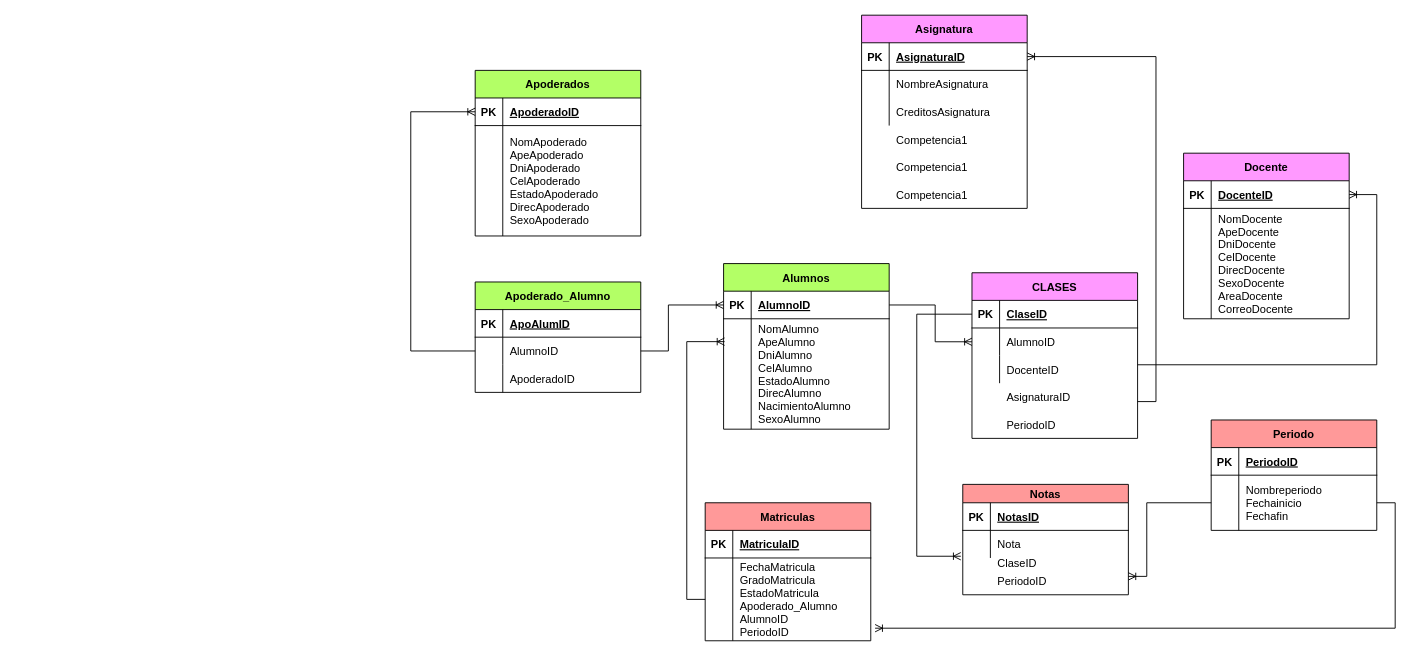
Earlier version of the draw.io diagram ColegioDB.drawio (LiannMelanny/DATABASE-DIAGRAM). Source tidied: cells renumbered, new cells numbered last; positions are measured from the earlier drawing's top-left corner, leaving out a move shared by most shapes. Both pictures are drawn from the tidied source at 92%, with x=0, y=0 at pixel (410, 15).
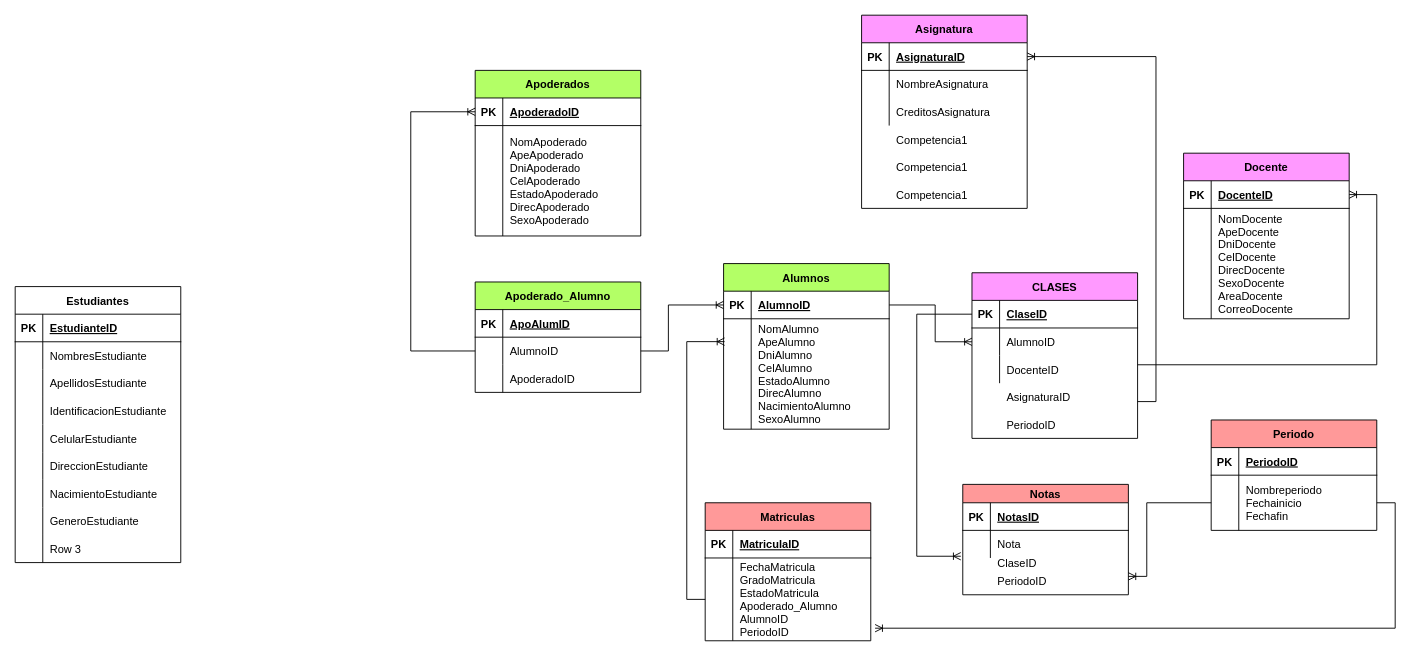
Above is the later version.

Diff of the diagram source:
```diff
@@
+    <mxCell id="91" value="Estudiantes" style="shape=table;startSize=30;childLayout=tableLayout;rowLines=0;fontStyle=1;align=center;" parent="1" vertex="1">
+      <mxGeometry x="-430" y="295" width="180" height="300" as="geometry" />
+    </mxCell>
+    <mxCell id="92" style="shape=tableRow;horizontal=0;startSize=0;swimlaneHead=0;swimlaneBody=0;fillColor=none;top=0;left=0;right=0;bottom=1;" parent="91" vertex="1">
+      <mxGeometry y="30" width="180" height="30" as="geometry" />
+    </mxCell>
+    <mxCell id="93" value="PK" style="shape=partialRectangle;fillColor=none;top=0;left=0;bottom=0;right=0;fontStyle=1;overflow=hidden;" parent="92" vertex="1">
+      <mxGeometry width="30" height="30" as="geometry" />
+    </mxCell>
+    <mxCell id="94" value="EstudianteID" style="shape=partialRectangle;fillColor=none;top=0;left=0;bottom=0;right=0;align=left;spacingLeft=6;fontStyle=5;overflow=hidden;" parent="92" vertex="1">
+      <mxGeometry x="30" width="150" height="30" as="geometry" />
+    </mxCell>
+    <mxCell id="95" style="shape=tableRow;horizontal=0;startSize=0;swimlaneHead=0;swimlaneBody=0;fillColor=none;top=0;left=0;right=0;bottom=0;" parent="91" vertex="1">
+      <mxGeometry y="60" width="180" height="30" as="geometry" />
+    </mxCell>
+    <mxCell id="96" style="shape=partialRectangle;fillColor=none;top=0;left=0;bottom=0;right=0;overflow=hidden;" parent="95" vertex="1">
+      <mxGeometry width="30" height="30" as="geometry" />
+    </mxCell>
+    <mxCell id="97" value="NombresEstudiante" style="shape=partialRectangle;fillColor=none;top=0;left=0;bottom=0;right=0;align=left;spacingLeft=6;overflow=hidden;" parent="95" vertex="1">
+      <mxGeometry x="30" width="150" height="30" as="geometry" />
+    </mxCell>
+    <mxCell id="98" style="shape=tableRow;horizontal=0;startSize=0;swimlaneHead=0;swimlaneBody=0;fillColor=none;top=0;left=0;right=0;bottom=0;" parent="91" vertex="1">
+      <mxGeometry y="90" width="180" height="30" as="geometry" />
+    </mxCell>
+    <mxCell id="99" style="shape=partialRectangle;fillColor=none;top=0;left=0;bottom=0;right=0;overflow=hidden;" parent="98" vertex="1">
+      <mxGeometry width="30" height="30" as="geometry" />
+    </mxCell>
+    <mxCell id="100" value="ApellidosEstudiante" style="shape=partialRectangle;fillColor=none;top=0;left=0;bottom=0;right=0;align=left;spacingLeft=6;overflow=hidden;" parent="98" vertex="1">
+      <mxGeometry x="30" width="150" height="30" as="geometry" />
+    </mxCell>
+    <mxCell id="101" style="shape=tableRow;horizontal=0;startSize=0;swimlaneHead=0;swimlaneBody=0;fillColor=none;top=0;left=0;right=0;bottom=0;" parent="91" vertex="1">
+      <mxGeometry y="120" width="180" height="30" as="geometry" />
+    </mxCell>
+    <mxCell id="102" style="shape=partialRectangle;fillColor=none;top=0;left=0;bottom=0;right=0;overflow=hidden;" parent="101" vertex="1">
+      <mxGeometry width="30" height="30" as="geometry" />
+    </mxCell>
+    <mxCell id="103" value="IdentificacionEstudiante" style="shape=partialRectangle;fillColor=none;top=0;left=0;bottom=0;right=0;align=left;spacingLeft=6;overflow=hidden;" parent="101" vertex="1">
+      <mxGeometry x="30" width="150" height="30" as="geometry" />
+    </mxCell>
+    <mxCell id="104" style="shape=tableRow;horizontal=0;startSize=0;swimlaneHead=0;swimlaneBody=0;fillColor=none;top=0;left=0;right=0;bottom=0;" parent="91" vertex="1">
+      <mxGeometry y="150" width="180" height="30" as="geometry" />
+    </mxCell>
+    <mxCell id="105" style="shape=partialRectangle;fillColor=none;top=0;left=0;bottom=0;right=0;overflow=hidden;" parent="104" vertex="1">
+      <mxGeometry width="30" height="30" as="geometry" />
+    </mxCell>
+    <mxCell id="106" value="CelularEstudiante" style="shape=partialRectangle;fillColor=none;top=0;left=0;bottom=0;right=0;align=left;spacingLeft=6;overflow=hidden;" parent="104" vertex="1">
+      <mxGeometry x="30" width="150" height="30" as="geometry" />
+    </mxCell>
+    <mxCell id="107" style="shape=tableRow;horizontal=0;startSize=0;swimlaneHead=0;swimlaneBody=0;fillColor=none;top=0;left=0;right=0;bottom=0;" parent="91" vertex="1">
+      <mxGeometry y="180" width="180" height="30" as="geometry" />
+    </mxCell>
+    <mxCell id="108" style="shape=partialRectangle;fillColor=none;top=0;left=0;bottom=0;right=0;overflow=hidden;" parent="107" vertex="1">
+      <mxGeometry width="30" height="30" as="geometry" />
+    </mxCell>
+    <mxCell id="109" value="DireccionEstudiante" style="shape=partialRectangle;fillColor=none;top=0;left=0;bottom=0;right=0;align=left;spacingLeft=6;overflow=hidden;" parent="107" vertex="1">
+      <mxGeometry x="30" width="150" height="30" as="geometry" />
+    </mxCell>
+    <mxCell id="110" style="shape=tableRow;horizontal=0;startSize=0;swimlaneHead=0;swimlaneBody=0;fillColor=none;top=0;left=0;right=0;bottom=0;" parent="91" vertex="1">
+      <mxGeometry y="210" width="180" height="30" as="geometry" />
+    </mxCell>
+    <mxCell id="111" style="shape=partialRectangle;fillColor=none;top=0;left=0;bottom=0;right=0;overflow=hidden;" parent="110" vertex="1">
+      <mxGeometry width="30" height="30" as="geometry" />
+    </mxCell>
+    <mxCell id="112" value="NacimientoEstudiante" style="shape=partialRectangle;fillColor=none;top=0;left=0;bottom=0;right=0;align=left;spacingLeft=6;overflow=hidden;" parent="110" vertex="1">
+      <mxGeometry x="30" width="150" height="30" as="geometry" />
+    </mxCell>
+    <mxCell id="113" style="shape=tableRow;horizontal=0;startSize=0;swimlaneHead=0;swimlaneBody=0;fillColor=none;top=0;left=0;right=0;bottom=0;" parent="91" vertex="1">
+      <mxGeometry y="240" width="180" height="30" as="geometry" />
+    </mxCell>
+    <mxCell id="114" style="shape=partialRectangle;fillColor=none;top=0;left=0;bottom=0;right=0;overflow=hidden;" parent="113" vertex="1">
+      <mxGeometry width="30" height="30" as="geometry" />
+    </mxCell>
+    <mxCell id="115" value="GeneroEstudiante" style="shape=partialRectangle;fillColor=none;top=0;left=0;bottom=0;right=0;align=left;spacingLeft=6;overflow=hidden;" parent="113" vertex="1">
+      <mxGeometry x="30" width="150" height="30" as="geometry" />
+    </mxCell>
+    <mxCell id="116" style="shape=tableRow;horizontal=0;startSize=0;swimlaneHead=0;swimlaneBody=0;fillColor=none;top=0;left=0;right=0;bottom=0;" parent="91" vertex="1">
+      <mxGeometry y="270" width="180" height="30" as="geometry" />
+    </mxCell>
+    <mxCell id="117" style="shape=partialRectangle;fillColor=none;top=0;left=0;bottom=0;right=0;overflow=hidden;" parent="116" vertex="1">
+      <mxGeometry width="30" height="30" as="geometry" />
+    </mxCell>
+    <mxCell id="118" value="Row 3" style="shape=partialRectangle;fillColor=none;top=0;left=0;bottom=0;right=0;align=left;spacingLeft=6;overflow=hidden;" parent="116" vertex="1">
+      <mxGeometry x="30" width="150" height="30" as="geometry" />
+    </mxCell>
```
